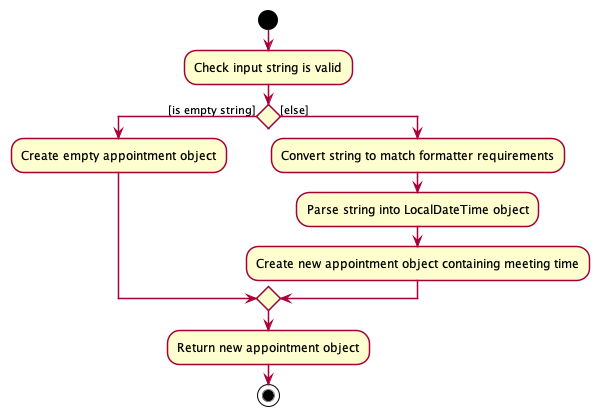
Earlier version of the PlantUML export docs/images/AppointmentConstructorActivityDiagram.png (nus-cs2103-AY2122S1/tp). Source of this version:
```plantuml
@startuml
!include style.puml

start
:Check input string is valid;
if () then ([is empty string])
  :Create empty appointment object;

else ([else])
  :Convert string to match formatter requirements;
  :Parse string into LocalDateTime object;
  :Create new appointment object containing meeting time;
endif
:Return new appointment object;

stop

@enduml
```
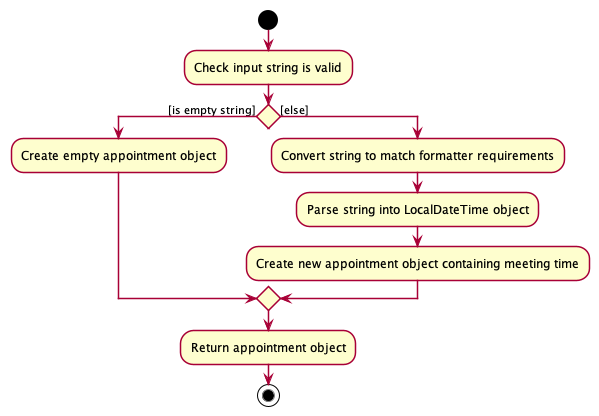
Above is the later version.

Commit message:
Remove word to avoid confusion

The edit, as a diff of the source:
```diff
@@ -11,7 +11,7 @@
   :Parse string into LocalDateTime object;
   :Create new appointment object containing meeting time;
 endif
-:Return new appointment object;
+:Return appointment object;
 
 stop
 
```
